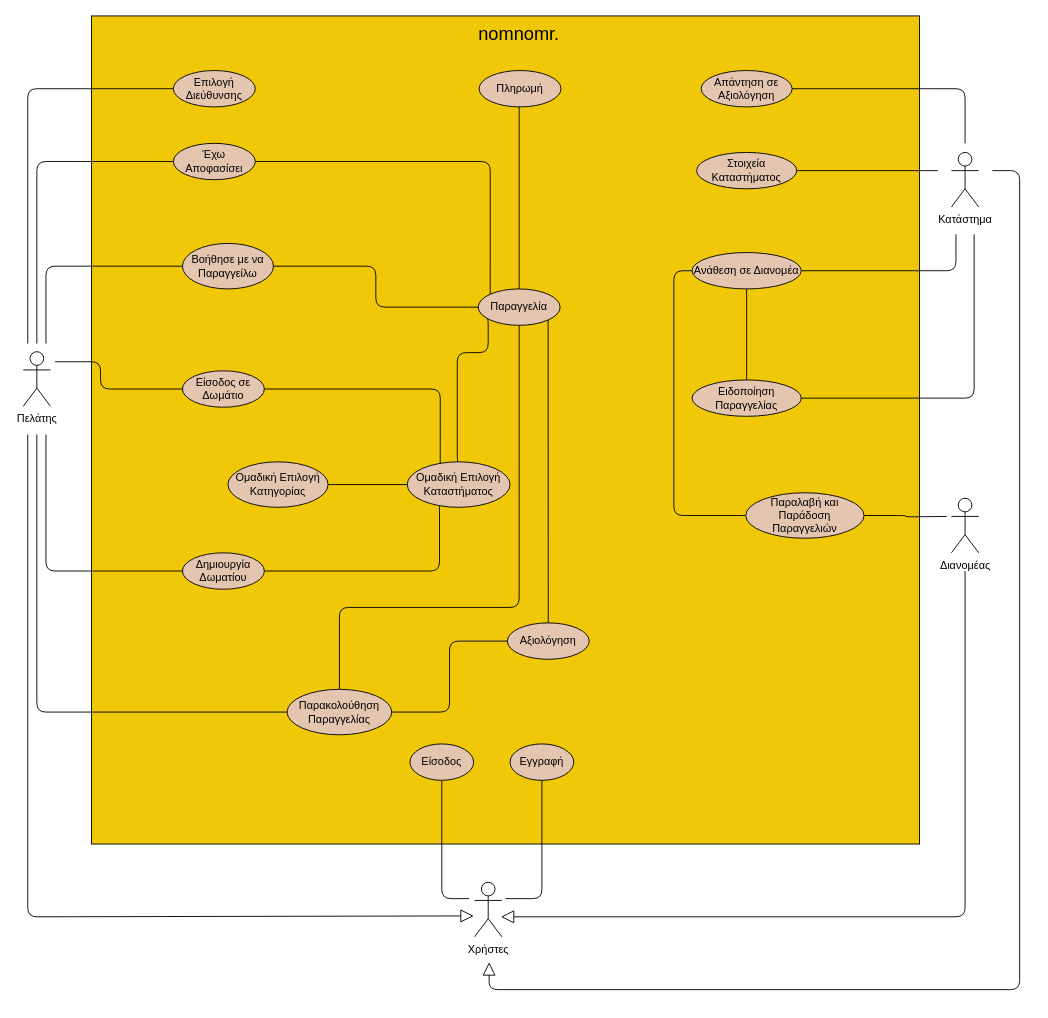
Earlier version of the draw.io diagram docs/contributions/iloudaros/Diagrams/Use Case Diagram/Use Case Diagram.drawio (iloudaros/nomnomr). Source tidied: cells renumbered, new cells numbered last; positions are measured from the earlier drawing's top-left corner, leaving out a move shared by most shapes. Both pictures are drawn from the tidied source at 91%, with x=0, y=0 at pixel (23, 15).
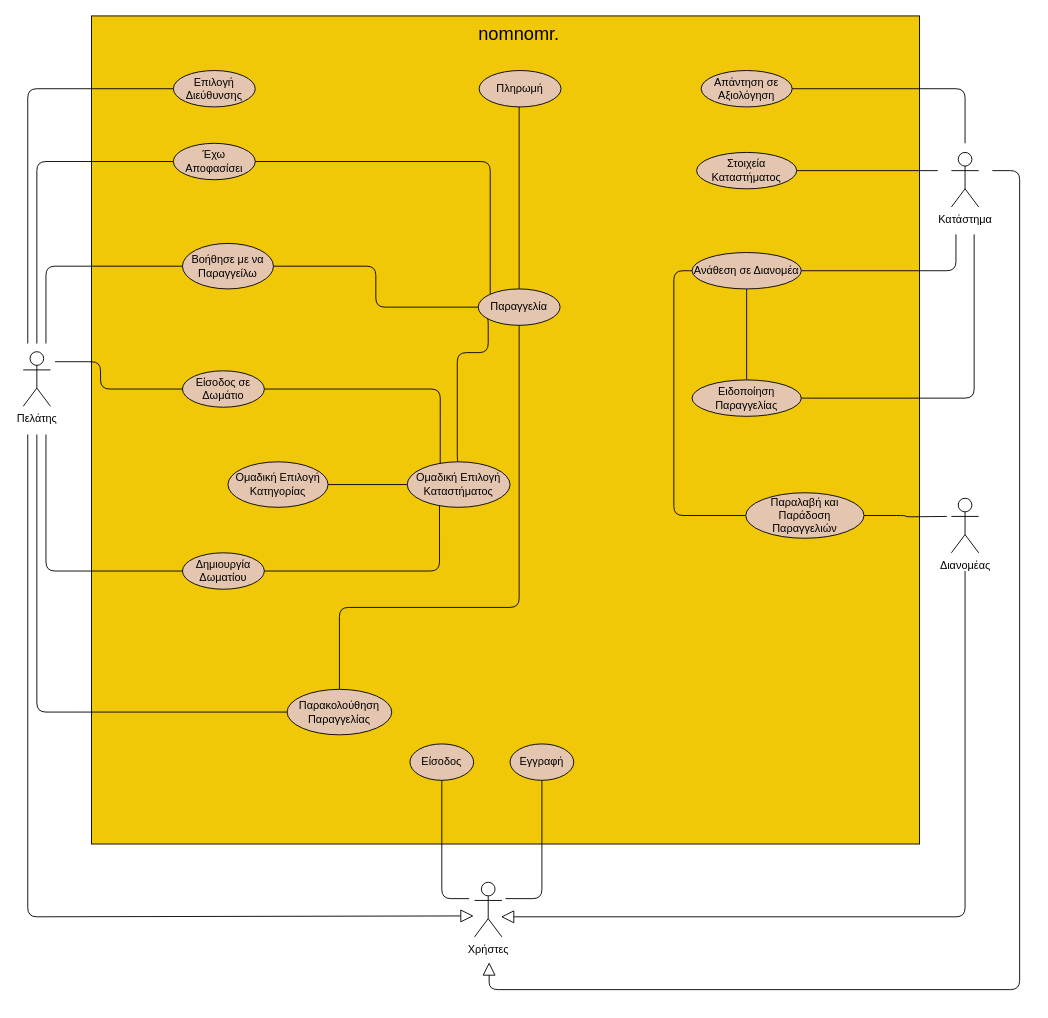
The same diagram, later.

The change refers to these unchanged cells:
```xml
<mxCell id="42" value="Παραγγελία" style="ellipse;whiteSpace=wrap;html=1;fillColor=#E4C5AF;fontFamily=Helvetica;" parent="1" vertex="1">
  <mxGeometry x="500" y="300" width="90" height="40" as="geometry" />
</mxCell>
<mxCell id="43" value="Παρακολούθηση Παραγγελίας" style="ellipse;whiteSpace=wrap;html=1;fillColor=#E4C5AF;fontFamily=Helvetica;" parent="1" vertex="1">
  <mxGeometry x="290" y="740" width="115" height="50" as="geometry" />
</mxCell>
```

What changed in the source:
```diff
@@
-    <mxCell id="21" value="Αξιολόγηση" style="ellipse;whiteSpace=wrap;html=1;fillColor=#E4C5AF;fontFamily=Helvetica;" parent="1" vertex="1">
-      <mxGeometry x="532" y="667" width="90" height="40" as="geometry" />
-    </mxCell>
@@
-    <mxCell id="47" style="edgeStyle=orthogonalEdgeStyle;html=1;endArrow=none;verticalAlign=bottom;rounded=1;entryX=0;entryY=0.5;entryDx=0;entryDy=0;exitX=1;exitY=0.5;exitDx=0;exitDy=0;jumpStyle=arc;fontFamily=Helvetica;" parent="1" edge="1" source="43" target="21">
-      <mxGeometry relative="1" as="geometry" />
-    </mxCell>
-    <mxCell id="48" style="edgeStyle=orthogonalEdgeStyle;html=1;endArrow=none;verticalAlign=bottom;rounded=1;jumpStyle=arc;exitX=1;exitY=1;exitDx=0;exitDy=0;entryX=0.5;entryY=0;entryDx=0;entryDy=0;fontFamily=Helvetica;" parent="1" edge="1" source="42" target="21">
-      <mxGeometry relative="1" as="geometry" />
-    </mxCell>
```
